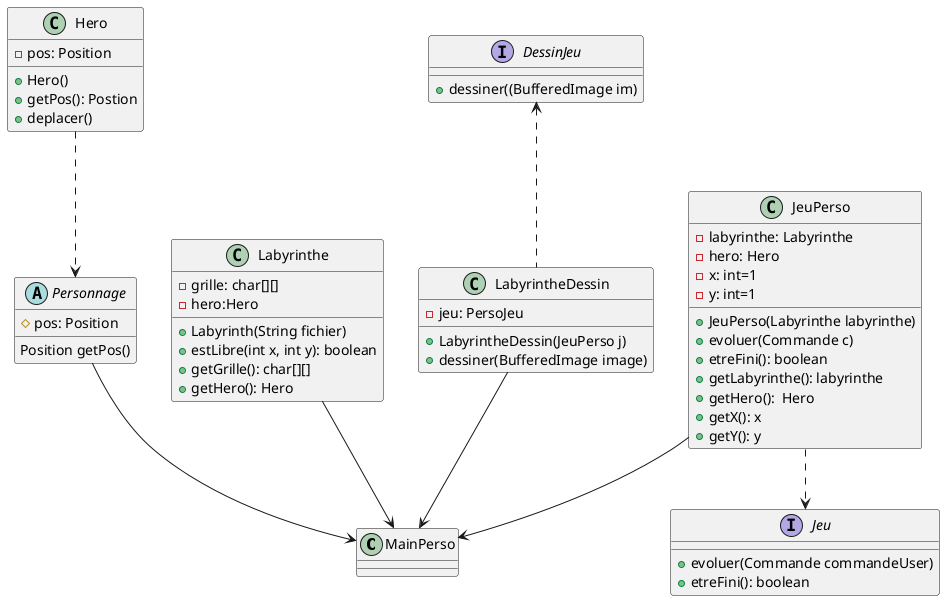
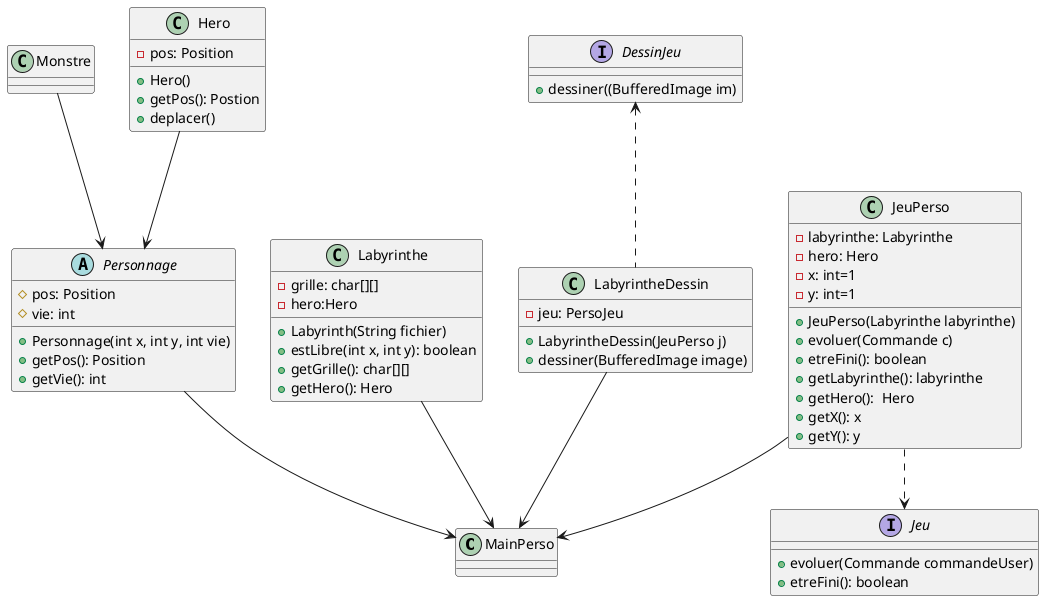
@startuml
'https://plantuml.com/class-diagram

class MainPerso

interface Jeu{
+evoluer(Commande commandeUser)
+etreFini(): boolean
}

+ class Monstre{
+ }
+ 
abstract Personnage{
#pos: Position
- Position getPos()
+ #vie: int
+ +Personnage(int x, int y, int vie)
+ +getPos(): Position
+ +getVie(): int
}

class Hero{
-pos: Position
+Hero()
+getPos(): Postion
+deplacer()
}

class Labyrinthe{
-grille: char[][]
-hero:Hero
+Labyrinth(String fichier)
+estLibre(int x, int y): boolean
+getGrille(): char[][]
+getHero(): Hero
}

class LabyrintheDessin{
-jeu: PersoJeu
+LabyrintheDessin(JeuPerso j)
+dessiner(BufferedImage image)
}

interface DessinJeu{
+dessiner((BufferedImage im)
}

class JeuPerso{
-labyrinthe: Labyrinthe
-hero: Hero
-x: int=1
-y: int=1
+JeuPerso(Labyrinthe labyrinthe)
+evoluer(Commande c)
+etreFini(): boolean
+getLabyrinthe(): labyrinthe
+getHero():  Hero
+getX(): x
+getY(): y
}

- Hero ..> Personnage
+ Hero --> Personnage
+ Monstre--> Personnage
Personnage --> MainPerso
Labyrinthe --> MainPerso

JeuPerso..>Jeu
LabyrintheDessin-->MainPerso
JeuPerso-->MainPerso

DessinJeu<.. LabyrintheDessin


@enduml